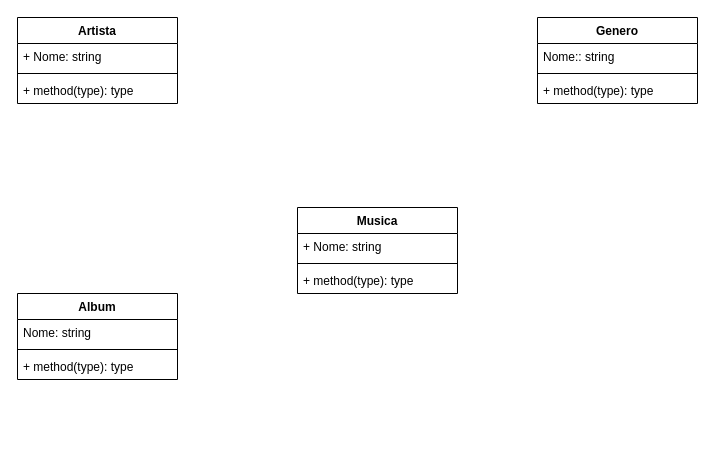
samorysundjata/Jukebox keeps this draw.io diagram as models.drawio. Above is the earlier version. Source tidied: cells renumbered, new cells numbered last; positions are measured from the earlier drawing's top-left corner, leaving out a move shared by most shapes. Both pictures are drawn from the tidied source at 100%, with x=0, y=0 at pixel (17, 17).
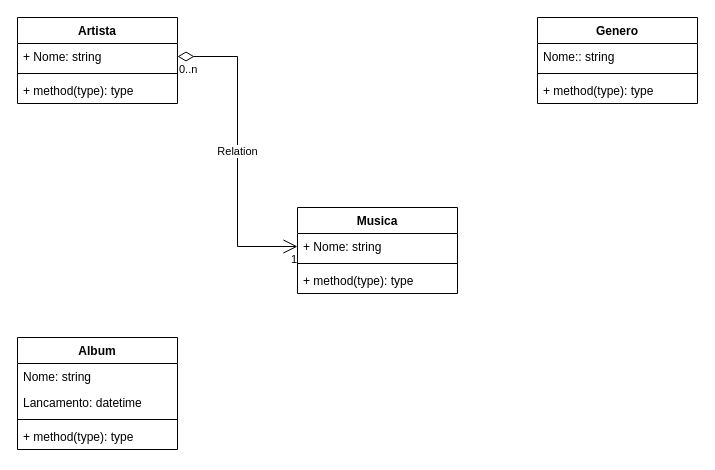
The same page after the edit.

The change refers to these unchanged cells:
```xml
<mxCell id="3" value="+ Nome: string" style="text;strokeColor=none;fillColor=none;align=left;verticalAlign=top;spacingLeft=4;spacingRight=4;overflow=hidden;points=[[0,0.5],[1,0.5]];portConstraint=eastwest;" parent="2" vertex="1">
  <mxGeometry y="26" width="160" height="26" as="geometry" />
</mxCell>
<mxCell id="7" value="+ Nome: string" style="text;strokeColor=none;fillColor=none;align=left;verticalAlign=top;spacingLeft=4;spacingRight=4;overflow=hidden;points=[[0,0.5],[1,0.5]];portConstraint=eastwest;" parent="6" vertex="1">
  <mxGeometry y="26" width="160" height="26" as="geometry" />
</mxCell>
```

Diff of the diagram source:
```diff
@@
     <mxCell id="10" value="Album" style="swimlane;fontStyle=1;align=center;verticalAlign=top;horizontal=1;startSize=26;" parent="1" vertex="1">
-      <mxGeometry y="276" width="160" height="86" as="geometry" />
+      <mxGeometry y="320" width="160" height="112" as="geometry" />
     </mxCell>
@@
+    <mxCell id="18" value="Lancamento: datetime" style="text;strokeColor=none;fillColor=none;align=left;verticalAlign=top;spacingLeft=4;spacingRight=4;overflow=hidden;" parent="10" vertex="1">
+      <mxGeometry y="52" width="160" height="26" as="geometry" />
+    </mxCell>
     <mxCell id="12" style="line;strokeWidth=1;fillColor=none;align=left;verticalAlign=middle;spacingTop=-1;spacingLeft=3;spacingRight=3;labelPosition=right;strokeColor=inherit;" parent="10" vertex="1">
-      <mxGeometry y="52" width="160" height="8" as="geometry" />
+      <mxGeometry y="78" width="160" height="8" as="geometry" />
     </mxCell>
     <mxCell id="13" value="+ method(type): type" style="text;strokeColor=none;fillColor=none;align=left;verticalAlign=top;spacingLeft=4;spacingRight=4;overflow=hidden;" parent="10" vertex="1">
-      <mxGeometry y="60" width="160" height="26" as="geometry" />
+      <mxGeometry y="86" width="160" height="26" as="geometry" />
     </mxCell>
@@
+    <mxCell id="19" value="Relation" style="endArrow=open;html=1;endSize=12;startArrow=diamondThin;startSize=14;startFill=0;edgeStyle=orthogonalEdgeStyle;rounded=0;" parent="1" edge="1" source="7" target="3">
+      <mxGeometry relative="1" as="geometry" />
+    </mxCell>
+    <mxCell id="20" value="0..n" style="edgeLabel;html=1;align=left;verticalAlign=top;" parent="19" vertex="1">
+      <mxGeometry x="-1" relative="1" as="geometry" />
+    </mxCell>
+    <mxCell id="21" value="1" style="edgeLabel;html=1;align=right;verticalAlign=top;" parent="19" vertex="1">
+      <mxGeometry x="1" relative="1" as="geometry" />
+    </mxCell>
```
